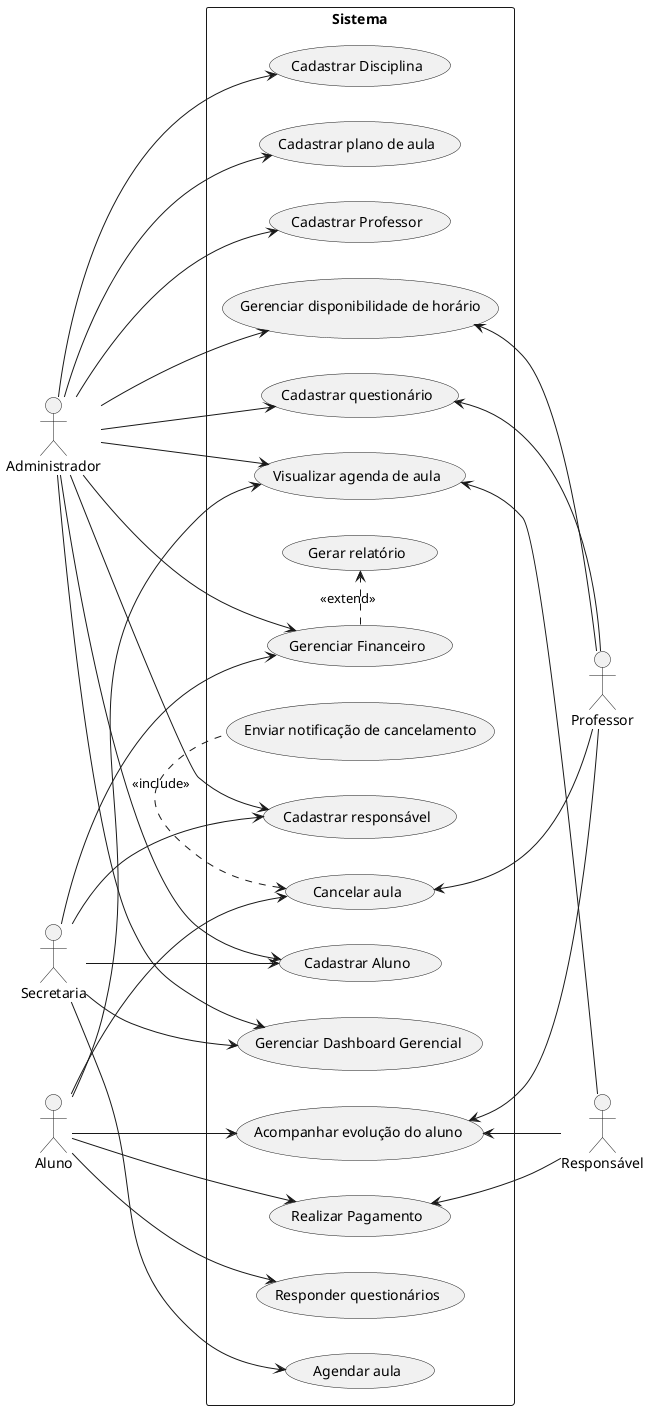
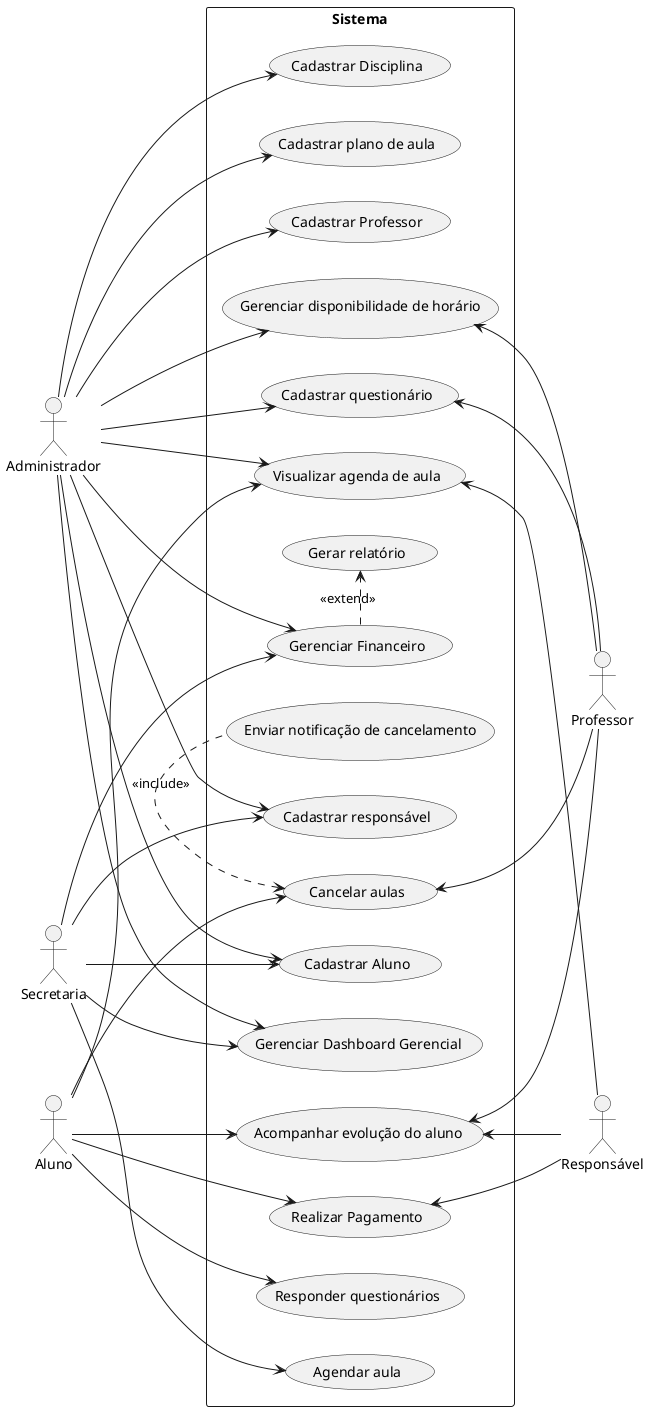
@startuml usecases
left to right direction

' --- ATORES ---
' Atores do lado esquerdo
actor "Administrador" as Admin
actor "Professor" as Professor

' Ator Superior e Inferior
actor "Aluno" as Aluno
actor "Responsável" as Responsavel

' Ator do lado direito
actor "Secretaria" as Secretaria

' --- LIMITE DO SISTEMA ---
rectangle "Sistema" {

    ' Casos de Uso - Coluna Esquerda
    usecase "Realizar Pagamento" as UC1
    usecase "Acompanhar evolução do aluno" as UC2
    usecase "Agendar aula" as UC3
    usecase "Visualizar agenda de aula" as UC4
    usecase "Cadastrar Disciplina" as UC5
    usecase "Cadastrar plano de aula" as UC6

    ' Casos de Uso - Coluna Centro/Direita
    usecase "Cadastrar responsável" as UC7
    usecase "Cadastrar Aluno" as UC8
    usecase "Cadastrar Professor" as UC9
    usecase "Gerenciar Financeiro" as UC10
    usecase "Gerenciar Dashboard Gerencial" as UC11
    usecase "Responder questionários" as UC12
    usecase "Gerenciar disponibilidade de horário" as UC13
    usecase "Cadastrar questionário" as UC14
-     usecase "Cancelar aula" as UC15
+     usecase "Cancelar aulas" as UC15

    ' Casos de uso avulsos que recebem setas tracejadas (includes/extends)
    usecase "Enviar notificação de cancelamento" as UCAuxA
    usecase "Gerar relatório" as UCAuxB

}

' --- RELACIONAMENTOS (ASSOCIAÇÕES) ---
' Nota: As linhas abaixo simulam os traços principais vistos na imagem.
' Ajuste conforme a necessidade real do seu diagrama.

Responsavel --> UC1
UC2 <-- Responsavel
UC4 <-- Responsavel

Aluno --> UC1
Aluno --> UC2
Aluno --> UC4
Aluno --> UC12
Aluno --> UC15

UC2  <-- Professor
UC13 <-- Professor
UC14 <-- Professor
UC15 <-- Professor

Secretaria --> UC3
Secretaria --> UC7
Secretaria --> UC8
Secretaria --> UC10
Secretaria --> UC11

Admin --> UC4
Admin --> UC5
Admin --> UC6
Admin --> UC7
Admin --> UC8
Admin --> UC9
Admin --> UC10
Admin --> UC11
Admin --> UC13
Admin --> UC14

' --- RELACIONAMENTOS ESPECIAIS (INCLUDE / EXTEND) ---
' Representam as setas tracejadas com << ... >> na sua imagem
UC15 <. UCAuxA : <<include>>
UC10 .> UCAuxB : <<extend>>

' --- GENERALIZAÇÃO DE ATORES (Se houver) ---
' Há setas com triângulos vazios na imagem que parecem ligar atores,
' ou atores a casos de uso. Caso um ator herde de outro, use a sintaxe abaixo:
' AtorEsq2 --|> AtorEsq1

@enduml